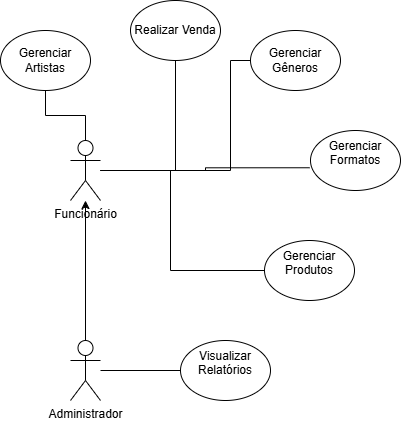
This is doc/DiscoManiacos.drawio.png from arthurFL0/Disco-Maniacs, a draw.io export, as it was before one commit. Source tidied: cells renumbered, new cells last; positions are measured from the earlier drawing's top-left corner, leaving out a move shared by most shapes.
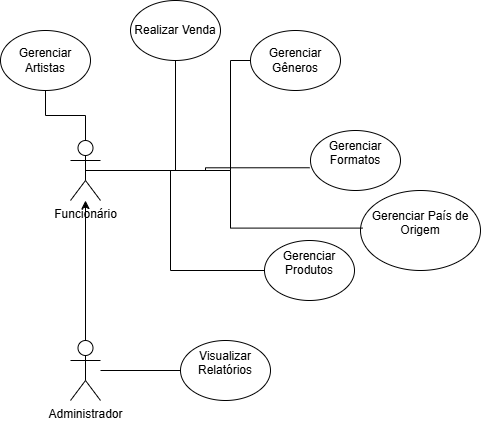
The same file after the commit.

Commit message:
diagrama de casos de uso

What changed in the source:
```diff
@@ -57,5 +57,11 @@
     <mxCell id="16" value="Visualizar Relatórios&lt;div&gt;&lt;br&gt;&lt;/div&gt;" style="ellipse;whiteSpace=wrap;html=1;" parent="1" vertex="1">
       <mxGeometry x="180" y="340" width="90" height="60" as="geometry" />
     </mxCell>
+    <mxCell id="17" value="Gerenciar País de Origem&lt;div&gt;&lt;br&gt;&lt;/div&gt;" style="ellipse;whiteSpace=wrap;html=1;" parent="1" vertex="1">
+      <mxGeometry x="360" y="190" width="120" height="80" as="geometry" />
+    </mxCell>
+    <mxCell id="18" style="edgeStyle=orthogonalEdgeStyle;rounded=0;jettySize=auto;html=1;exitX=0.5;exitY=0.5;exitDx=0;exitDy=0;exitPerimeter=0;entryX=0.017;entryY=0.47;entryDx=0;entryDy=0;entryPerimeter=0;endArrow=none;endFill=0;" parent="1" edge="1" source="9" target="17">
+      <mxGeometry relative="1" as="geometry" />
+    </mxCell>
   </root>
 </mxGraphModel>
```
